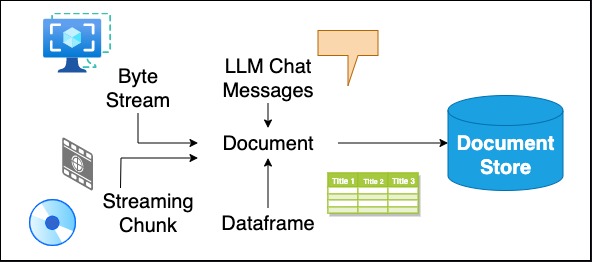
Above: ch3/jupyter-notebooks/images/data-structures.png in PacktPublishing/Building-Natural-Language-Pipelines (draw.io), before the change. Source tidied: cells renumbered, new cells last; positions are measured from the earlier drawing's top-left corner, leaving out a move shared by most shapes.
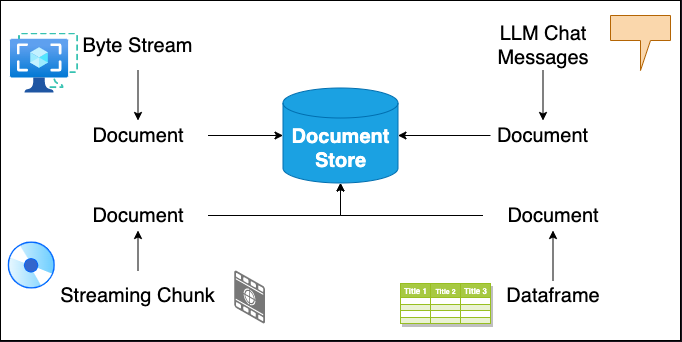
After the change.

Commit message:
update data structure image

Change to the diagram source:
```diff
@@ -3,60 +3,43 @@
     <mxCell id="0" />
     <mxCell id="1" parent="0" />
     <mxCell id="2" style="rounded=0;whiteSpace=wrap;html=1;fillColor=#FFFFFF;strokeColor=#000000;" parent="1" vertex="1">
-      <mxGeometry width="590" height="260" as="geometry" />
+      <mxGeometry width="680" height="340" as="geometry" />
     </mxCell>
-    <mxCell id="3" style="edgeStyle=orthogonalEdgeStyle;rounded=0;jettySize=auto;html=1;strokeColor=#000000;entryX=0;entryY=0.5;entryDx=0;entryDy=0;entryPerimeter=0;" parent="1" edge="1" source="4" target="9">
-      <mxGeometry relative="1" as="geometry" />
-    </mxCell>
-    <mxCell id="4" value="&lt;font style=&quot;font-size: 20px;&quot; color=&quot;#000000&quot;&gt;Document&lt;/font&gt;" style="text;html=1;strokeColor=none;fillColor=none;align=center;verticalAlign=middle;whiteSpace=wrap;rounded=0;" parent="1" vertex="1">
-      <mxGeometry x="197.5" y="127.5" width="140" height="30" as="geometry" />
-    </mxCell>
+    <mxCell id="39" style="edgeStyle=orthogonalEdgeStyle;rounded=0;jettySize=auto;html=1;strokeColor=#000000;" parent="1" edge="1" source="5" target="47">
+      <mxGeometry relative="1" as="geometry" />
+    </mxCell>
     <mxCell id="5" value="&lt;font style=&quot;font-size: 20px;&quot; color=&quot;#000000&quot;&gt;Dataframe&lt;/font&gt;" style="text;html=1;strokeColor=none;fillColor=none;align=center;verticalAlign=middle;whiteSpace=wrap;rounded=0;" parent="1" vertex="1">
-      <mxGeometry x="202.5" y="207.5" width="130" height="30" as="geometry" />
+      <mxGeometry x="487.5" y="280" width="130" height="30" as="geometry" />
     </mxCell>
+    <mxCell id="40" style="edgeStyle=orthogonalEdgeStyle;rounded=0;jettySize=auto;html=1;strokeColor=#000000;" parent="1" edge="1" source="6" target="43">
+      <mxGeometry relative="1" as="geometry" />
+    </mxCell>
-    <mxCell id="6" value="&lt;font style=&quot;font-size: 20px;&quot; color=&quot;#000000&quot;&gt;Byte &lt;br&gt;Stream&lt;/font&gt;" style="text;html=1;strokeColor=none;fillColor=none;align=center;verticalAlign=middle;whiteSpace=wrap;rounded=0;" parent="1" vertex="1">
-      <mxGeometry x="77.5" y="62.5" width="120" height="50" as="geometry" />
+    <mxCell id="6" value="&lt;font style=&quot;font-size: 20px;&quot; color=&quot;#000000&quot;&gt;Byte Stream&lt;/font&gt;" style="text;html=1;strokeColor=none;fillColor=none;align=center;verticalAlign=middle;whiteSpace=wrap;rounded=0;" parent="1" vertex="1">
+      <mxGeometry x="53.1" y="20" width="168.8" height="50" as="geometry" />
     </mxCell>
-    <mxCell id="7" value="&lt;font style=&quot;font-size: 20px;&quot; color=&quot;#000000&quot;&gt;Streaming &lt;br&gt;Chunk&lt;/font&gt;" style="text;html=1;strokeColor=none;fillColor=none;align=center;verticalAlign=middle;whiteSpace=wrap;rounded=0;" parent="1" vertex="1">
-      <mxGeometry x="92.5" y="187.5" width="110" height="50" as="geometry" />
+    <mxCell id="7" value="&lt;font style=&quot;font-size: 20px;&quot; color=&quot;#000000&quot;&gt;Streaming Chunk&lt;/font&gt;" style="text;html=1;strokeColor=none;fillColor=none;align=center;verticalAlign=middle;whiteSpace=wrap;rounded=0;" parent="1" vertex="1">
+      <mxGeometry x="41.2" y="270" width="192.5" height="50" as="geometry" />
     </mxCell>
+    <mxCell id="41" style="edgeStyle=orthogonalEdgeStyle;rounded=0;jettySize=auto;html=1;strokeColor=#000000;" parent="1" edge="1" source="8" target="49">
+      <mxGeometry relative="1" as="geometry" />
+    </mxCell>
     <mxCell id="8" value="&lt;font style=&quot;font-size: 20px;&quot; color=&quot;#000000&quot;&gt;LLM Chat Messages&lt;/font&gt;" style="text;html=1;strokeColor=none;fillColor=none;align=center;verticalAlign=middle;whiteSpace=wrap;rounded=0;" parent="1" vertex="1">
-      <mxGeometry x="207.5" y="52.5" width="120" height="50" as="geometry" />
+      <mxGeometry x="482.5" y="20" width="120" height="50" as="geometry" />
     </mxCell>
     <mxCell id="9" value="&lt;font style=&quot;font-size: 20px;&quot;&gt;&lt;b&gt;Document Store&lt;/b&gt;&lt;/font&gt;" style="shape=cylinder3;whiteSpace=wrap;html=1;boundedLbl=1;backgroundOutline=1;size=15;fillColor=#1ba1e2;fontColor=#ffffff;strokeColor=#006EAF;" parent="1" vertex="1">
-      <mxGeometry x="447.5" y="95" width="115" height="95" as="geometry" />
+      <mxGeometry x="282.5" y="87.5" width="115" height="95" as="geometry" />
     </mxCell>
-    <mxCell id="10" style="endArrow=classic;html=1;rounded=0;exitX=0.5;exitY=0;exitDx=0;exitDy=0;entryX=0.5;entryY=1;entryDx=0;entryDy=0;strokeColor=#000000;" parent="1" edge="1" source="5" target="4">
-      <mxGeometry relative="1" as="geometry" />
-    </mxCell>
-    <mxCell id="11" style="endArrow=classic;html=1;rounded=0;exitX=0.5;exitY=1;exitDx=0;exitDy=0;entryX=0.5;entryY=0;entryDx=0;entryDy=0;strokeColor=#000000;" parent="1" edge="1" source="8" target="4">
-      <mxGeometry relative="1" as="geometry" />
-    </mxCell>
-    <mxCell id="12" style="endArrow=classic;html=1;rounded=0;exitX=0.5;exitY=1;exitDx=0;exitDy=0;entryX=0;entryY=0.5;entryDx=0;entryDy=0;strokeColor=#000000;" parent="1" edge="1" source="6" target="4">
-      <mxGeometry relative="1" as="geometry">
-        <Array as="points">
-          <mxPoint x="137.5" y="142.5" />
-        </Array>
-      </mxGeometry>
-    </mxCell>
-    <mxCell id="13" style="endArrow=classic;html=1;rounded=0;exitX=0.25;exitY=0;exitDx=0;exitDy=0;entryX=0;entryY=1;entryDx=0;entryDy=0;strokeColor=#000000;" parent="1" edge="1" source="7" target="4">
-      <mxGeometry relative="1" as="geometry">
-        <Array as="points">
-          <mxPoint x="120.5" y="157.5" />
-        </Array>
-      </mxGeometry>
-    </mxCell>
     <mxCell id="14" style="verticalLabelPosition=bottom;html=1;verticalAlign=top;strokeWidth=1;align=center;dashed=0;shape=mxgraph.aws3d.image;strokeColor=none;fillColor=#777777;" parent="1" vertex="1">
-      <mxGeometry x="61.7" y="137" width="30.8" height="53" as="geometry" />
+      <mxGeometry x="233.8" y="270" width="30.8" height="53" as="geometry" />
     </mxCell>
     <mxCell id="15" style="image;perimeter=ellipsePerimeter;html=1;align=center;shadow=0;dashed=0;spacingTop=3;image=img/lib/active_directory/cd_dvd.svg;" parent="1" vertex="1">
-      <mxGeometry x="27.5" y="197.5" width="50" height="50" as="geometry" />
+      <mxGeometry x="6.2" y="240" width="50" height="50" as="geometry" />
     </mxCell>
     <mxCell id="16" style="shape=callout;whiteSpace=wrap;html=1;perimeter=calloutPerimeter;position2=0.5;fillColor=#fad7ac;strokeColor=#b46504;base=10;" parent="1" vertex="1">
-      <mxGeometry x="317.5" y="30" width="60" height="55" as="geometry" />
+      <mxGeometry x="610" y="15" width="60" height="55" as="geometry" />
     </mxCell>
     <mxCell id="17" value="Assets" style="strokeColor=#98bf21;fillColor=#A7C942;shadow=1;" parent="1" vertex="1">
-      <mxGeometry x="327.5" y="172.5" width="90" height="40" as="geometry" />
+      <mxGeometry x="400" y="283" width="90" height="40" as="geometry" />
     </mxCell>
     <mxCell id="18" style="shape=tableRow;horizontal=0;startSize=0;swimlaneHead=0;swimlaneBody=0;top=0;left=0;bottom=0;right=0;fontStyle=0;strokeColor=inherit;fillColor=#ffffff;" parent="17" vertex="1">
       <mxGeometry width="90" height="14" as="geometry" />
@@ -119,7 +102,34 @@
       <mxGeometry x="60" width="30" height="6" as="geometry" />
     </mxCell>
     <mxCell id="38" style="image;html=1;align=center;fontSize=12;image=img/lib/azure2/compute/Image_Templates.svg;" parent="1" vertex="1">
-      <mxGeometry x="43.1" y="12.5" width="68" height="60" as="geometry" />
+      <mxGeometry x="10" y="32.5" width="68" height="60" as="geometry" />
     </mxCell>
+    <mxCell id="42" style="edgeStyle=orthogonalEdgeStyle;rounded=0;jettySize=auto;html=1;strokeColor=#000000;" parent="1" edge="1" source="43" target="9">
+      <mxGeometry relative="1" as="geometry" />
+    </mxCell>
+    <mxCell id="43" value="&lt;font style=&quot;font-size: 20px;&quot; color=&quot;#000000&quot;&gt;Document&lt;/font&gt;" style="text;html=1;strokeColor=none;fillColor=none;align=center;verticalAlign=middle;whiteSpace=wrap;rounded=0;" parent="1" vertex="1">
+      <mxGeometry x="67.5" y="120" width="140" height="30" as="geometry" />
+    </mxCell>
+    <mxCell id="44" style="edgeStyle=orthogonalEdgeStyle;rounded=0;jettySize=auto;html=1;strokeColor=#000000;" parent="1" edge="1" source="45" target="9">
+      <mxGeometry relative="1" as="geometry" />
+    </mxCell>
+    <mxCell id="45" value="&lt;font style=&quot;font-size: 20px;&quot; color=&quot;#000000&quot;&gt;Document&lt;/font&gt;" style="text;html=1;strokeColor=none;fillColor=none;align=center;verticalAlign=middle;whiteSpace=wrap;rounded=0;" parent="1" vertex="1">
+      <mxGeometry x="67.5" y="200" width="140" height="30" as="geometry" />
+    </mxCell>
+    <mxCell id="46" style="edgeStyle=orthogonalEdgeStyle;rounded=0;jettySize=auto;html=1;strokeColor=#000000;" parent="1" edge="1" source="47" target="9">
+      <mxGeometry relative="1" as="geometry" />
+    </mxCell>
+    <mxCell id="47" value="&lt;font style=&quot;font-size: 20px;&quot; color=&quot;#000000&quot;&gt;Document&lt;/font&gt;" style="text;html=1;strokeColor=none;fillColor=none;align=center;verticalAlign=middle;whiteSpace=wrap;rounded=0;" parent="1" vertex="1">
+      <mxGeometry x="482.5" y="200" width="140" height="30" as="geometry" />
+    </mxCell>
+    <mxCell id="48" style="edgeStyle=orthogonalEdgeStyle;rounded=0;jettySize=auto;html=1;strokeColor=#000000;" parent="1" edge="1" source="49" target="9">
+      <mxGeometry relative="1" as="geometry" />
+    </mxCell>
+    <mxCell id="49" value="&lt;font style=&quot;font-size: 20px;&quot; color=&quot;#000000&quot;&gt;Document&lt;/font&gt;" style="text;html=1;strokeColor=none;fillColor=none;align=center;verticalAlign=middle;whiteSpace=wrap;rounded=0;" parent="1" vertex="1">
+      <mxGeometry x="490" y="120" width="105" height="30" as="geometry" />
+    </mxCell>
+    <mxCell id="50" style="endArrow=classic;html=1;rounded=0;exitX=0.5;exitY=0;exitDx=0;exitDy=0;entryX=0.5;entryY=1;entryDx=0;entryDy=0;strokeColor=#000000;" parent="1" edge="1" source="7" target="45">
+      <mxGeometry relative="1" as="geometry" />
+    </mxCell>
   </root>
 </mxGraphModel>
```
